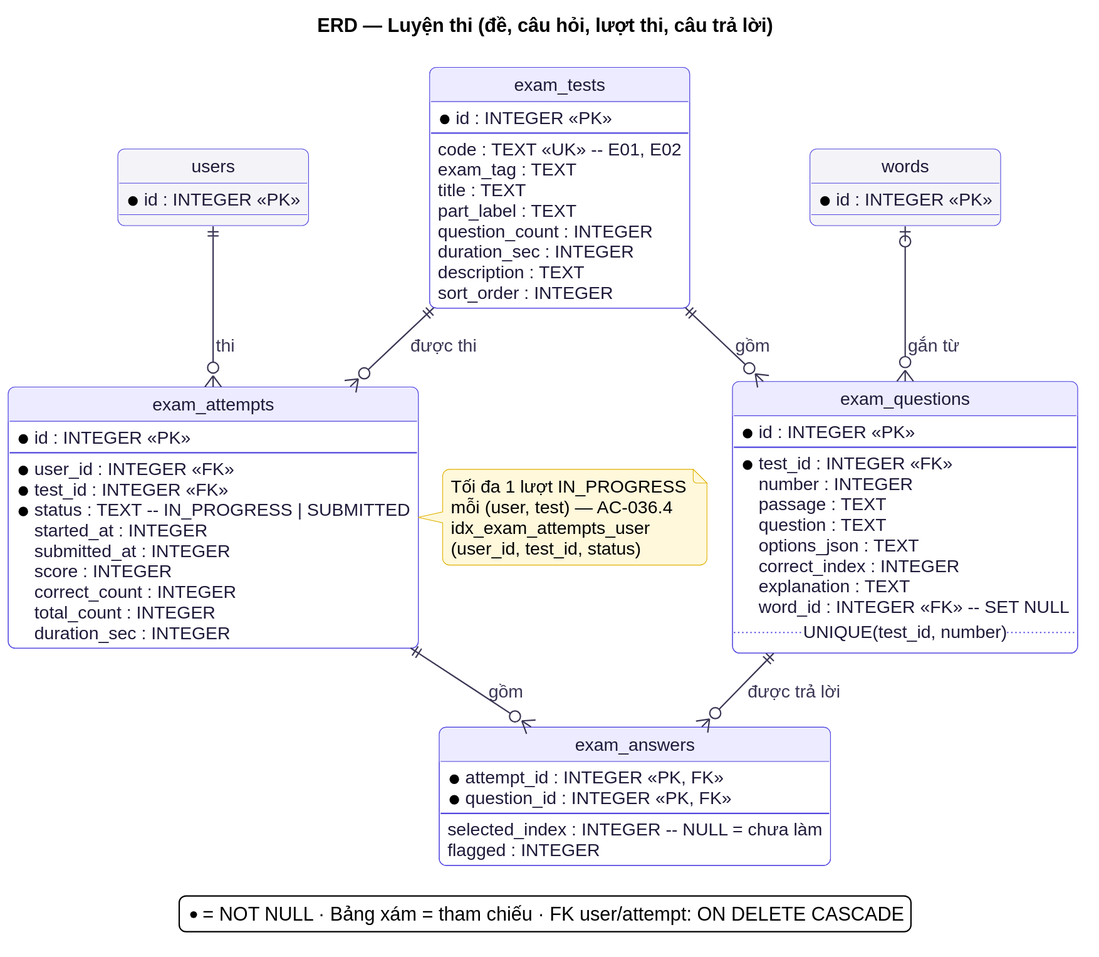
Earlier version of the PlantUML export docs/diagrams/erd/erd-exam.svg (at1308033-sketch/LearningE_app).
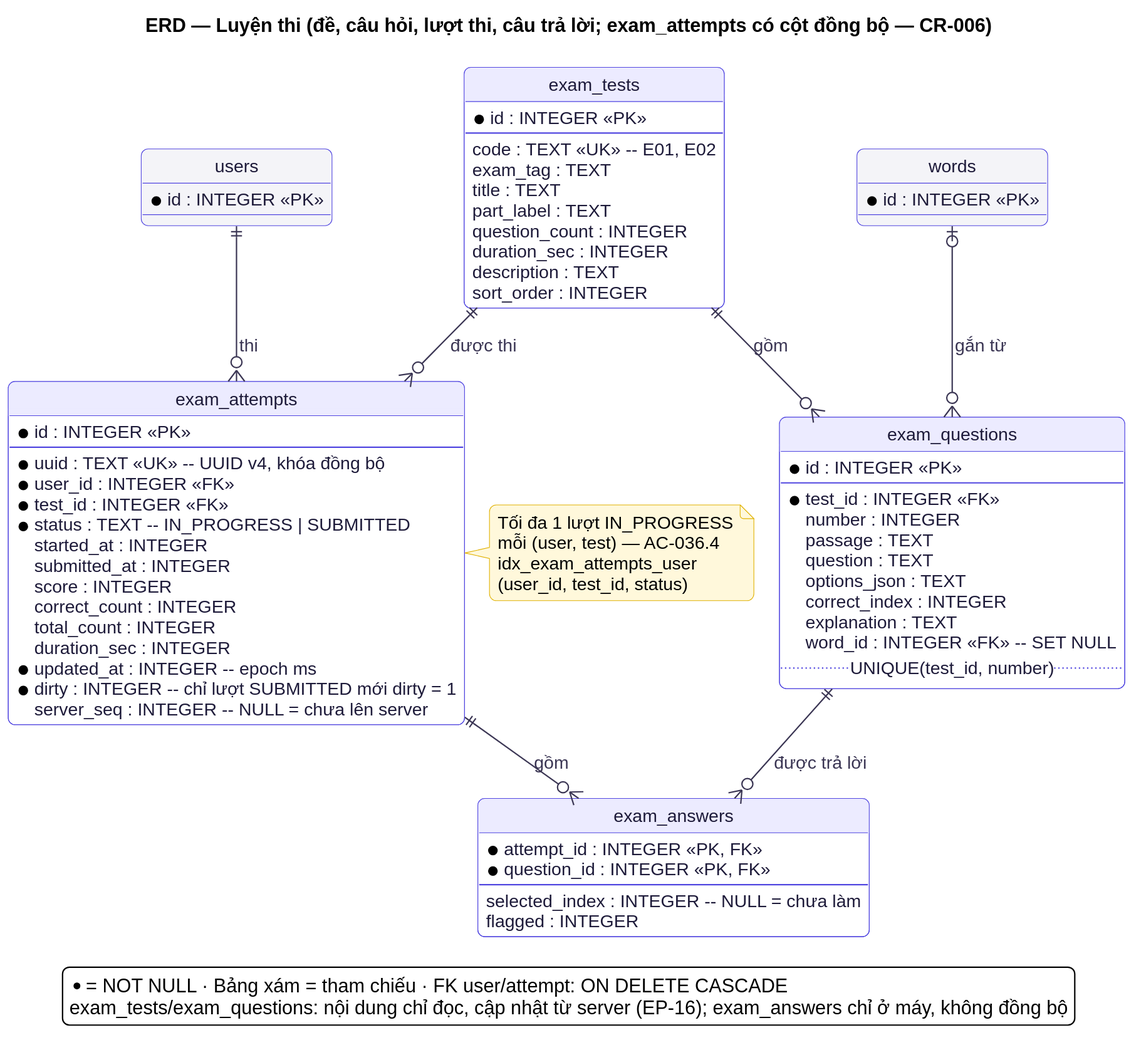
Above is the later version.

Diff of the diagram source:
```diff
@@ -1,6 +1,6 @@
 @startuml
 !include ../_style.puml
-title ERD — Luyện thi (đề, câu hỏi, lượt thi, câu trả lời)
+title ERD — Luyện thi (đề, câu hỏi, lượt thi, câu trả lời; exam_attempts có cột đồng bộ — CR-006)
 hide circle
 
 entity "users" as users #F4F4F8 {
@@ -38,6 +38,7 @@
 entity "exam_attempts" as ea {
   * id : INTEGER <<PK>>
   --
+  * uuid : TEXT <<UK>> -- UUID v4, khóa đồng bộ
   * user_id : INTEGER <<FK>>
   * test_id : INTEGER <<FK>>
   * status : TEXT -- IN_PROGRESS | SUBMITTED
@@ -47,6 +48,9 @@
   correct_count : INTEGER
   total_count : INTEGER
   duration_sec : INTEGER
+  * updated_at : INTEGER -- epoch ms
+  * dirty : INTEGER -- chỉ lượt SUBMITTED mới dirty = 1
+  server_seq : INTEGER -- NULL = chưa lên server
 }
 entity "exam_answers" as ean {
   * attempt_id : INTEGER <<PK, FK>>
@@ -71,5 +75,6 @@
 end note
 legend bottom
   * = NOT NULL · Bảng xám = tham chiếu · FK user/attempt: ON DELETE CASCADE
+  exam_tests/exam_questions: nội dung chỉ đọc, cập nhật từ server (EP-16); exam_answers chỉ ở máy, không đồng bộ
 endlegend
 @enduml
```
